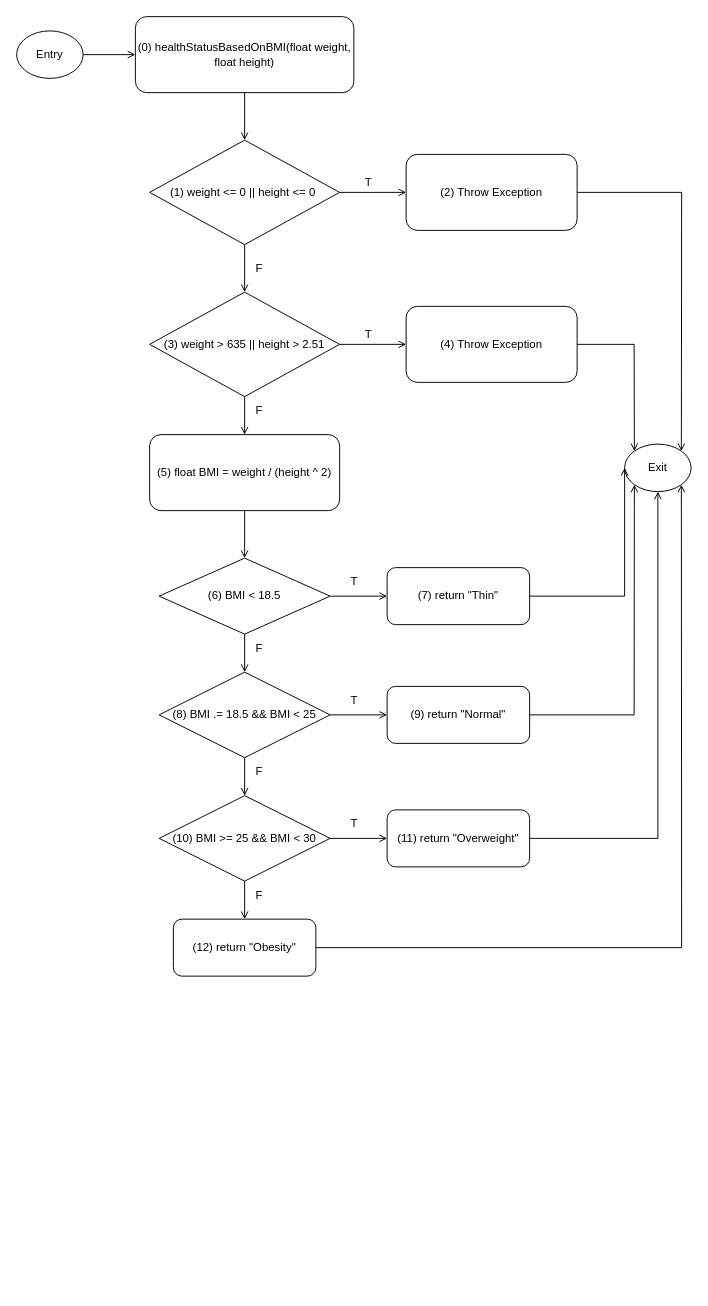
Above: page "BMI_Testing_CFG" (4 of 7) of Testing.drawio in iamduc3024/Testing (draw.io), before the change. Source tidied: cells renumbered, new cells numbered last; positions are measured from the earlier drawing's top-left corner, leaving out a move shared by most shapes. Both pictures are drawn from the tidied source at 95%, with x=0, y=0 at pixel (16, 16).
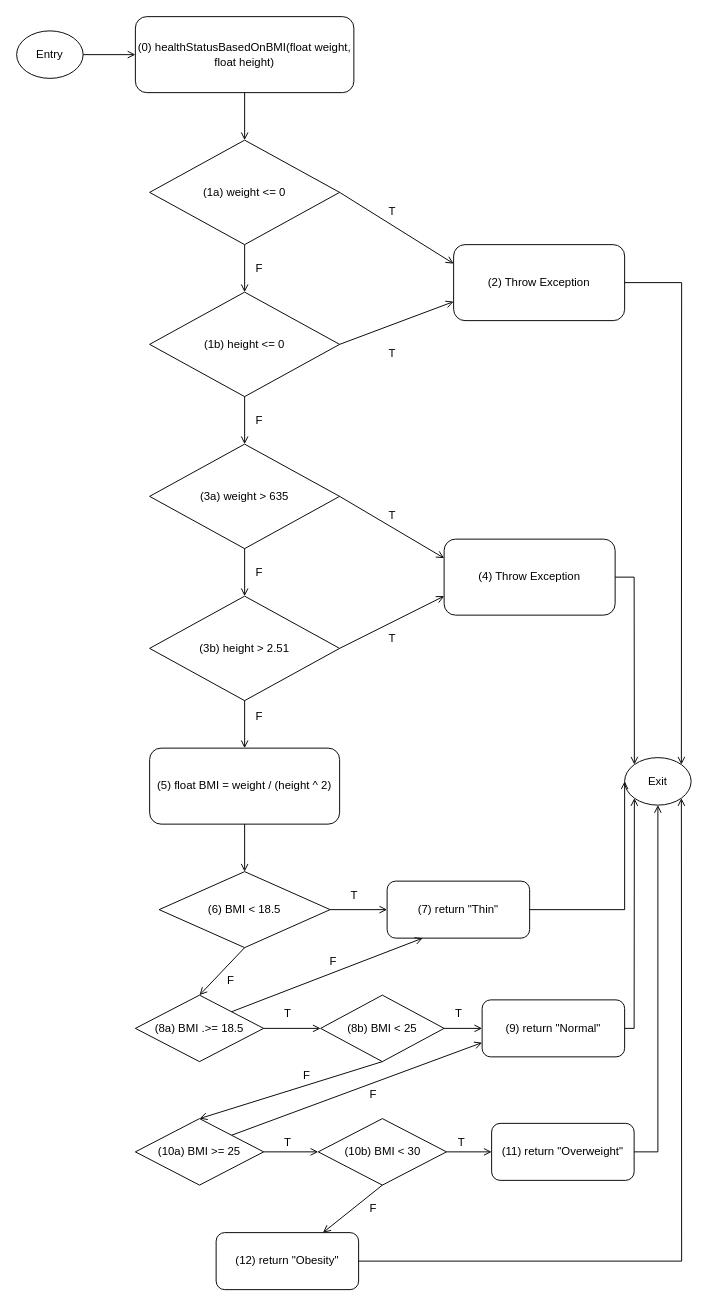
After the change.

Commit message (it also covers changes not shown here):
change test case data flow testing

The change refers to these unchanged cells:
```xml
<mxCell id="3" value="(0) healthStatusBasedOnBMI(float weight, float height)" style="rounded=1;whiteSpace=wrap;html=1;" parent="1" vertex="1">
  <mxGeometry x="125" width="230" height="80" as="geometry" />
</mxCell>
```

Change to the diagram source:
```diff
@@
-    <mxCell id="5" value="(1) weight &amp;lt;= 0 || height &amp;lt;= 0&amp;nbsp;" style="rhombus;whiteSpace=wrap;html=1;" parent="1" vertex="1">
-      <mxGeometry x="140" y="130" width="200" height="110" as="geometry" />
-    </mxCell>
     <mxCell id="6" value="(2) Throw Exception" style="rounded=1;whiteSpace=wrap;html=1;" parent="1" vertex="1">
-      <mxGeometry x="410" y="145" width="180" height="80" as="geometry" />
+      <mxGeometry x="460" y="240" width="180" height="80" as="geometry" />
     </mxCell>
-    <mxCell id="7" style="html=1;verticalAlign=top;labelBackgroundColor=none;endArrow=open;endFill=0;rounded=0;exitX=1;exitY=0.5;exitDx=0;exitDy=0;entryX=0;entryY=0.5;entryDx=0;entryDy=0;" parent="1" edge="1" source="5" target="6">
+    <mxCell id="7" style="html=1;verticalAlign=top;labelBackgroundColor=none;endArrow=open;endFill=0;rounded=0;exitX=1;exitY=0.5;exitDx=0;exitDy=0;entryX=0;entryY=0.25;entryDx=0;entryDy=0;" parent="1" edge="1" source="46" target="6">
       <mxGeometry relative="1" as="geometry" />
     </mxCell>
     <mxCell id="8" value="T" style="text;html=1;align=center;verticalAlign=middle;strokeColor=none;fillColor=none;" parent="1" vertex="1">
-      <mxGeometry x="355" y="160" width="30" height="30" as="geometry" />
+      <mxGeometry x="380" y="190" width="30" height="30" as="geometry" />
     </mxCell>
-    <mxCell id="9" style="html=1;verticalAlign=top;labelBackgroundColor=none;endArrow=open;endFill=0;rounded=0;exitX=0.5;exitY=1;exitDx=0;exitDy=0;entryX=0.5;entryY=0;entryDx=0;entryDy=0;" parent="1" edge="1" source="3" target="5">
+    <mxCell id="9" style="html=1;verticalAlign=top;labelBackgroundColor=none;endArrow=open;endFill=0;rounded=0;exitX=0.5;exitY=1;exitDx=0;exitDy=0;entryX=0.5;entryY=0;entryDx=0;entryDy=0;" parent="1" edge="1" source="3" target="46">
       <mxGeometry relative="1" as="geometry" />
     </mxCell>
-    <mxCell id="10" value="(3) weight &amp;gt; 635 || height &amp;gt; 2.51" style="rhombus;whiteSpace=wrap;html=1;" parent="1" vertex="1">
-      <mxGeometry x="140" y="290" width="200" height="110" as="geometry" />
+    <mxCell id="10" value="(3a) weight &amp;gt; 635" style="rhombus;whiteSpace=wrap;html=1;" parent="1" vertex="1">
+      <mxGeometry x="140" y="450" width="200" height="110" as="geometry" />
     </mxCell>
-    <mxCell id="11" style="html=1;verticalAlign=top;labelBackgroundColor=none;endArrow=open;endFill=0;rounded=0;exitX=0.5;exitY=1;exitDx=0;exitDy=0;entryX=0.5;entryY=0;entryDx=0;entryDy=0;" parent="1" edge="1" source="5" target="10">
+    <mxCell id="11" style="html=1;verticalAlign=top;labelBackgroundColor=none;endArrow=open;endFill=0;rounded=0;exitX=0.5;exitY=1;exitDx=0;exitDy=0;entryX=0.5;entryY=0;entryDx=0;entryDy=0;" parent="1" edge="1" source="46" target="47">
       <mxGeometry relative="1" as="geometry" />
     </mxCell>
@@
     <mxCell id="13" value="(4) Throw Exception" style="rounded=1;whiteSpace=wrap;html=1;" parent="1" vertex="1">
-      <mxGeometry x="410" y="305" width="180" height="80" as="geometry" />
+      <mxGeometry x="450" y="550" width="180" height="80" as="geometry" />
     </mxCell>
-    <mxCell id="14" style="html=1;verticalAlign=top;labelBackgroundColor=none;endArrow=open;endFill=0;rounded=0;exitX=1;exitY=0.5;exitDx=0;exitDy=0;entryX=0;entryY=0.5;entryDx=0;entryDy=0;" parent="1" edge="1" source="10" target="13">
+    <mxCell id="14" style="html=1;verticalAlign=top;labelBackgroundColor=none;endArrow=open;endFill=0;rounded=0;exitX=1;exitY=0.5;exitDx=0;exitDy=0;entryX=0;entryY=0.25;entryDx=0;entryDy=0;" parent="1" edge="1" source="10" target="13">
       <mxGeometry relative="1" as="geometry" />
     </mxCell>
     <mxCell id="15" value="T" style="text;html=1;align=center;verticalAlign=middle;strokeColor=none;fillColor=none;" parent="1" vertex="1">
-      <mxGeometry x="355" y="320" width="30" height="30" as="geometry" />
+      <mxGeometry x="380" y="510" width="30" height="30" as="geometry" />
     </mxCell>
-    <mxCell id="16" style="html=1;verticalAlign=top;labelBackgroundColor=none;endArrow=open;endFill=0;rounded=0;exitX=0.5;exitY=1;exitDx=0;exitDy=0;entryX=0.5;entryY=0;entryDx=0;entryDy=0;" parent="1" edge="1" source="10" target="17">
+    <mxCell id="16" style="html=1;verticalAlign=top;labelBackgroundColor=none;endArrow=open;endFill=0;rounded=0;exitX=0.5;exitY=1;exitDx=0;exitDy=0;entryX=0.5;entryY=0;entryDx=0;entryDy=0;" parent="1" edge="1" source="10" target="52">
       <mxGeometry relative="1" as="geometry" />
     </mxCell>
     <mxCell id="17" value="(5) float BMI = weight / (height ^ 2)" style="rounded=1;whiteSpace=wrap;html=1;" parent="1" vertex="1">
-      <mxGeometry x="140" y="440" width="200" height="80" as="geometry" />
+      <mxGeometry x="140" y="770" width="200" height="80" as="geometry" />
     </mxCell>
     <mxCell id="18" value="F" style="text;html=1;align=center;verticalAlign=middle;strokeColor=none;fillColor=none;" parent="1" vertex="1">
-      <mxGeometry x="240" y="400" width="30" height="30" as="geometry" />
+      <mxGeometry x="240" y="570" width="30" height="30" as="geometry" />
     </mxCell>
     <mxCell id="19" value="(6) BMI &amp;lt; 18.5" style="rhombus;whiteSpace=wrap;html=1;" parent="1" vertex="1">
-      <mxGeometry x="150" y="570" width="180" height="80" as="geometry" />
+      <mxGeometry x="150" y="900" width="180" height="80" as="geometry" />
     </mxCell>
@@
     <mxCell id="21" value="(7) return &quot;Thin&quot;" style="rounded=1;whiteSpace=wrap;html=1;" parent="1" vertex="1">
-      <mxGeometry x="390" y="580" width="150" height="60" as="geometry" />
+      <mxGeometry x="390" y="910" width="150" height="60" as="geometry" />
     </mxCell>
@@
     <mxCell id="23" value="T" style="text;html=1;align=center;verticalAlign=middle;strokeColor=none;fillColor=none;" parent="1" vertex="1">
-      <mxGeometry x="340" y="580" width="30" height="30" as="geometry" />
+      <mxGeometry x="340" y="910" width="30" height="30" as="geometry" />
     </mxCell>
-    <mxCell id="24" value="(8) BMI .= 18.5 &amp;amp;&amp;amp; BMI &amp;lt; 25" style="rhombus;whiteSpace=wrap;html=1;" parent="1" vertex="1">
-      <mxGeometry x="150" y="690" width="180" height="90" as="geometry" />
+    <mxCell id="24" value="(8a) BMI .&amp;gt;= 18.5" style="rhombus;whiteSpace=wrap;html=1;" parent="1" vertex="1">
+      <mxGeometry x="125" y="1030" width="135" height="70" as="geometry" />
     </mxCell>
@@
     <mxCell id="26" value="F" style="text;html=1;align=center;verticalAlign=middle;strokeColor=none;fillColor=none;" parent="1" vertex="1">
-      <mxGeometry x="240" y="650" width="30" height="30" as="geometry" />
+      <mxGeometry x="210" y="1000" width="30" height="30" as="geometry" />
     </mxCell>
     <mxCell id="27" value="(9) return &quot;Normal&quot;" style="rounded=1;whiteSpace=wrap;html=1;" parent="1" vertex="1">
-      <mxGeometry x="390" y="705" width="150" height="60" as="geometry" />
+      <mxGeometry x="490" y="1035" width="150" height="60" as="geometry" />
     </mxCell>
-    <mxCell id="28" style="html=1;verticalAlign=top;labelBackgroundColor=none;endArrow=open;endFill=0;rounded=0;exitX=1;exitY=0.5;exitDx=0;exitDy=0;entryX=0;entryY=0.5;entryDx=0;entryDy=0;" parent="1" edge="1" source="24" target="27">
+    <mxCell id="28" style="html=1;verticalAlign=top;labelBackgroundColor=none;endArrow=open;endFill=0;rounded=0;exitX=1;exitY=0.5;exitDx=0;exitDy=0;entryX=0;entryY=0.5;entryDx=0;entryDy=0;" parent="1" edge="1" source="24" target="56">
       <mxGeometry relative="1" as="geometry" />
     </mxCell>
     <mxCell id="29" value="T" style="text;html=1;align=center;verticalAlign=middle;strokeColor=none;fillColor=none;" parent="1" vertex="1">
-      <mxGeometry x="340" y="705" width="30" height="30" as="geometry" />
+      <mxGeometry x="270" y="1035" width="30" height="30" as="geometry" />
     </mxCell>
-    <mxCell id="30" value="(10) BMI &amp;gt;= 25 &amp;amp;&amp;amp; BMI &amp;lt; 30" style="rhombus;whiteSpace=wrap;html=1;" parent="1" vertex="1">
-      <mxGeometry x="150" y="820" width="180" height="90" as="geometry" />
-    </mxCell>
-    <mxCell id="31" style="html=1;verticalAlign=top;labelBackgroundColor=none;endArrow=open;endFill=0;rounded=0;exitX=0.5;exitY=1;exitDx=0;exitDy=0;entryX=0.5;entryY=0;entryDx=0;entryDy=0;" parent="1" edge="1" source="24" target="30">
+    <mxCell id="31" style="html=1;verticalAlign=top;labelBackgroundColor=none;endArrow=open;endFill=0;rounded=0;exitX=0.5;exitY=1;exitDx=0;exitDy=0;entryX=0.5;entryY=0;entryDx=0;entryDy=0;" parent="1" edge="1" source="56" target="59">
       <mxGeometry relative="1" as="geometry" />
     </mxCell>
     <mxCell id="32" value="F" style="text;html=1;align=center;verticalAlign=middle;strokeColor=none;fillColor=none;" parent="1" vertex="1">
-      <mxGeometry x="240" y="780" width="30" height="30" as="geometry" />
+      <mxGeometry x="290" y="1100" width="30" height="30" as="geometry" />
     </mxCell>
     <mxCell id="33" value="(11) return &quot;Overweight&quot;" style="rounded=1;whiteSpace=wrap;html=1;" parent="1" vertex="1">
-      <mxGeometry x="390" y="835" width="150" height="60" as="geometry" />
+      <mxGeometry x="500" y="1165" width="150" height="60" as="geometry" />
     </mxCell>
-    <mxCell id="34" style="html=1;verticalAlign=top;labelBackgroundColor=none;endArrow=open;endFill=0;rounded=0;exitX=1;exitY=0.5;exitDx=0;exitDy=0;entryX=0;entryY=0.5;entryDx=0;entryDy=0;" parent="1" edge="1" source="30" target="33">
+    <mxCell id="34" style="html=1;verticalAlign=top;labelBackgroundColor=none;endArrow=open;endFill=0;rounded=0;exitX=1;exitY=0.5;exitDx=0;exitDy=0;entryX=0;entryY=0.5;entryDx=0;entryDy=0;" parent="1" edge="1" source="60" target="33">
       <mxGeometry relative="1" as="geometry" />
     </mxCell>
     <mxCell id="35" value="T" style="text;html=1;align=center;verticalAlign=middle;strokeColor=none;fillColor=none;" parent="1" vertex="1">
-      <mxGeometry x="340" y="835" width="30" height="30" as="geometry" />
+      <mxGeometry x="270" y="1170" width="30" height="30" as="geometry" />
     </mxCell>
     <mxCell id="36" value="(12) return &quot;Obesity&quot;" style="rounded=1;whiteSpace=wrap;html=1;" parent="1" vertex="1">
-      <mxGeometry x="165" y="950" width="150" height="60" as="geometry" />
+      <mxGeometry x="210" y="1280" width="150" height="60" as="geometry" />
     </mxCell>
-    <mxCell id="37" style="html=1;verticalAlign=top;labelBackgroundColor=none;endArrow=open;endFill=0;rounded=0;exitX=0.5;exitY=1;exitDx=0;exitDy=0;entryX=0.5;entryY=0;entryDx=0;entryDy=0;" parent="1" edge="1" source="30" target="36">
+    <mxCell id="37" style="html=1;verticalAlign=top;labelBackgroundColor=none;endArrow=open;endFill=0;rounded=0;entryX=0;entryY=0.75;entryDx=0;entryDy=0;exitX=1;exitY=0;exitDx=0;exitDy=0;" parent="1" edge="1" source="59" target="27">
       <mxGeometry relative="1" as="geometry" />
     </mxCell>
     <mxCell id="38" value="F" style="text;html=1;align=center;verticalAlign=middle;strokeColor=none;fillColor=none;" parent="1" vertex="1">
-      <mxGeometry x="240" y="910" width="30" height="30" as="geometry" />
+      <mxGeometry x="360" y="1240" width="30" height="30" as="geometry" />
     </mxCell>
     <mxCell id="39" value="Exit" style="ellipse;whiteSpace=wrap;html=1;" parent="1" vertex="1">
-      <mxGeometry x="640" y="450" width="70" height="50" as="geometry" />
+      <mxGeometry x="640" y="780" width="70" height="50" as="geometry" />
     </mxCell>
     <mxCell id="40" style="html=1;verticalAlign=top;labelBackgroundColor=none;endArrow=open;endFill=0;rounded=0;exitX=1;exitY=0.5;exitDx=0;exitDy=0;entryX=1;entryY=0;entryDx=0;entryDy=0;" parent="1" edge="1" source="6" target="39">
       <mxGeometry relative="1" as="geometry">
         <Array as="points">
-          <mxPoint x="700" y="185" />
+          <mxPoint x="700" y="280" />
         </Array>
       </mxGeometry>
     </mxCell>
     <mxCell id="41" style="html=1;verticalAlign=top;labelBackgroundColor=none;endArrow=open;endFill=0;rounded=0;exitX=1;exitY=0.5;exitDx=0;exitDy=0;entryX=0;entryY=0;entryDx=0;entryDy=0;" parent="1" edge="1" source="13" target="39">
       <mxGeometry relative="1" as="geometry">
         <Array as="points">
-          <mxPoint x="650" y="345" />
+          <mxPoint x="650" y="590" />
         </Array>
       </mxGeometry>
     </mxCell>
     <mxCell id="42" style="html=1;verticalAlign=top;labelBackgroundColor=none;endArrow=open;endFill=0;rounded=0;exitX=1;exitY=0.5;exitDx=0;exitDy=0;entryX=0;entryY=0.5;entryDx=0;entryDy=0;" parent="1" edge="1" source="21" target="39">
       <mxGeometry relative="1" as="geometry">
         <Array as="points">
-          <mxPoint x="640" y="610" />
+          <mxPoint x="640" y="940" />
         </Array>
       </mxGeometry>
     </mxCell>
     <mxCell id="43" style="html=1;verticalAlign=top;labelBackgroundColor=none;endArrow=open;endFill=0;rounded=0;exitX=1;exitY=0.5;exitDx=0;exitDy=0;entryX=0;entryY=1;entryDx=0;entryDy=0;" parent="1" edge="1" source="27" target="39">
       <mxGeometry relative="1" as="geometry">
         <Array as="points">
-          <mxPoint x="650" y="735" />
+          <mxPoint x="650" y="1065" />
         </Array>
       </mxGeometry>
     </mxCell>
     <mxCell id="44" style="html=1;verticalAlign=top;labelBackgroundColor=none;endArrow=open;endFill=0;rounded=0;exitX=1;exitY=0.5;exitDx=0;exitDy=0;entryX=0.5;entryY=1;entryDx=0;entryDy=0;" parent="1" edge="1" source="33" target="39">
       <mxGeometry relative="1" as="geometry">
         <Array as="points">
-          <mxPoint x="675" y="865" />
+          <mxPoint x="675" y="1195" />
         </Array>
       </mxGeometry>
     </mxCell>
     <mxCell id="45" style="html=1;verticalAlign=top;labelBackgroundColor=none;endArrow=open;endFill=0;rounded=0;exitX=1;exitY=0.5;exitDx=0;exitDy=0;entryX=1;entryY=1;entryDx=0;entryDy=0;" parent="1" edge="1" source="36" target="39">
       <mxGeometry relative="1" as="geometry">
         <Array as="points">
-          <mxPoint x="700" y="980" />
+          <mxPoint x="700" y="1310" />
         </Array>
       </mxGeometry>
     </mxCell>
+    <mxCell id="46" value="(1a) weight &amp;lt;= 0" style="rhombus;whiteSpace=wrap;html=1;" parent="1" vertex="1">
+      <mxGeometry x="140" y="130" width="200" height="110" as="geometry" />
+    </mxCell>
+    <mxCell id="47" value="(1b) height &amp;lt;= 0" style="rhombus;whiteSpace=wrap;html=1;" parent="1" vertex="1">
+      <mxGeometry x="140" y="290" width="200" height="110" as="geometry" />
+    </mxCell>
+    <mxCell id="48" style="html=1;verticalAlign=top;labelBackgroundColor=none;endArrow=open;endFill=0;rounded=0;exitX=1;exitY=0.5;exitDx=0;exitDy=0;entryX=0;entryY=0.75;entryDx=0;entryDy=0;" parent="1" edge="1" source="47" target="6">
+      <mxGeometry relative="1" as="geometry" />
+    </mxCell>
+    <mxCell id="49" value="T" style="text;html=1;align=center;verticalAlign=middle;strokeColor=none;fillColor=none;" parent="1" vertex="1">
+      <mxGeometry x="380" y="340" width="30" height="30" as="geometry" />
+    </mxCell>
+    <mxCell id="50" style="html=1;verticalAlign=top;labelBackgroundColor=none;endArrow=open;endFill=0;rounded=0;exitX=0.5;exitY=1;exitDx=0;exitDy=0;entryX=0.5;entryY=0;entryDx=0;entryDy=0;" parent="1" edge="1" source="47" target="10">
+      <mxGeometry relative="1" as="geometry" />
+    </mxCell>
+    <mxCell id="51" value="F" style="text;html=1;align=center;verticalAlign=middle;strokeColor=none;fillColor=none;" parent="1" vertex="1">
+      <mxGeometry x="240" y="410" width="30" height="30" as="geometry" />
+    </mxCell>
+    <mxCell id="52" value="(3b) height &amp;gt; 2.51" style="rhombus;whiteSpace=wrap;html=1;" parent="1" vertex="1">
+      <mxGeometry x="140" y="610" width="200" height="110" as="geometry" />
+    </mxCell>
+    <mxCell id="53" style="html=1;verticalAlign=top;labelBackgroundColor=none;endArrow=open;endFill=0;rounded=0;exitX=1;exitY=0.5;exitDx=0;exitDy=0;entryX=0;entryY=0.75;entryDx=0;entryDy=0;" parent="1" edge="1" source="52" target="13">
+      <mxGeometry relative="1" as="geometry" />
+    </mxCell>
+    <mxCell id="54" value="T" style="text;html=1;align=center;verticalAlign=middle;strokeColor=none;fillColor=none;" parent="1" vertex="1">
+      <mxGeometry x="380" y="640" width="30" height="30" as="geometry" />
+    </mxCell>
+    <mxCell id="55" style="html=1;verticalAlign=top;labelBackgroundColor=none;endArrow=open;endFill=0;rounded=0;exitX=0.5;exitY=1;exitDx=0;exitDy=0;entryX=0.5;entryY=0;entryDx=0;entryDy=0;" parent="1" edge="1" source="52" target="17">
+      <mxGeometry relative="1" as="geometry" />
+    </mxCell>
+    <mxCell id="56" value="(8b) BMI &amp;lt; 25" style="rhombus;whiteSpace=wrap;html=1;" parent="1" vertex="1">
+      <mxGeometry x="320" y="1030" width="130" height="70" as="geometry" />
+    </mxCell>
+    <mxCell id="57" style="html=1;verticalAlign=top;labelBackgroundColor=none;endArrow=open;endFill=0;rounded=0;exitX=1;exitY=0.5;exitDx=0;exitDy=0;entryX=0;entryY=0.5;entryDx=0;entryDy=0;" parent="1" edge="1" source="56" target="27">
+      <mxGeometry relative="1" as="geometry" />
+    </mxCell>
+    <mxCell id="58" value="T" style="text;html=1;align=center;verticalAlign=middle;strokeColor=none;fillColor=none;" parent="1" vertex="1">
+      <mxGeometry x="450" y="1035" width="30" height="30" as="geometry" />
+    </mxCell>
+    <mxCell id="59" value="(10a) BMI &amp;gt;= 25" style="rhombus;whiteSpace=wrap;html=1;" parent="1" vertex="1">
+      <mxGeometry x="125" y="1160" width="135" height="70" as="geometry" />
+    </mxCell>
+    <mxCell id="60" value="(10b) BMI &amp;lt; 30" style="rhombus;whiteSpace=wrap;html=1;" parent="1" vertex="1">
+      <mxGeometry x="317.5" y="1160" width="135" height="70" as="geometry" />
+    </mxCell>
+    <mxCell id="61" style="html=1;verticalAlign=top;labelBackgroundColor=none;endArrow=open;endFill=0;rounded=0;exitX=1;exitY=0;exitDx=0;exitDy=0;entryX=0.25;entryY=1;entryDx=0;entryDy=0;" parent="1" edge="1" source="24" target="21">
+      <mxGeometry relative="1" as="geometry" />
+    </mxCell>
+    <mxCell id="62" value="F" style="text;html=1;align=center;verticalAlign=middle;strokeColor=none;fillColor=none;" parent="1" vertex="1">
+      <mxGeometry x="317.5" y="980" width="30" height="30" as="geometry" />
+    </mxCell>
+    <mxCell id="63" style="html=1;verticalAlign=top;labelBackgroundColor=none;endArrow=open;endFill=0;rounded=0;exitX=1;exitY=0.5;exitDx=0;exitDy=0;entryX=0;entryY=0.5;entryDx=0;entryDy=0;" parent="1" edge="1" source="59" target="60">
+      <mxGeometry relative="1" as="geometry" />
+    </mxCell>
+    <mxCell id="64" value="T" style="text;html=1;align=center;verticalAlign=middle;strokeColor=none;fillColor=none;" parent="1" vertex="1">
+      <mxGeometry x="452.5" y="1170" width="30" height="30" as="geometry" />
+    </mxCell>
+    <mxCell id="65" style="html=1;verticalAlign=top;labelBackgroundColor=none;endArrow=open;endFill=0;rounded=0;entryX=0.75;entryY=0;entryDx=0;entryDy=0;exitX=0.5;exitY=1;exitDx=0;exitDy=0;" parent="1" edge="1" source="60" target="36">
+      <mxGeometry relative="1" as="geometry" />
+    </mxCell>
+    <mxCell id="66" value="F" style="text;html=1;align=center;verticalAlign=middle;strokeColor=none;fillColor=none;" parent="1" vertex="1">
+      <mxGeometry x="360" y="1120" width="30" height="30" as="geometry" />
+    </mxCell>
+    <mxCell id="67" value="F" style="text;html=1;align=center;verticalAlign=middle;strokeColor=none;fillColor=none;" parent="1" vertex="1">
+      <mxGeometry x="240" y="722" width="30" height="30" as="geometry" />
+    </mxCell>
```
